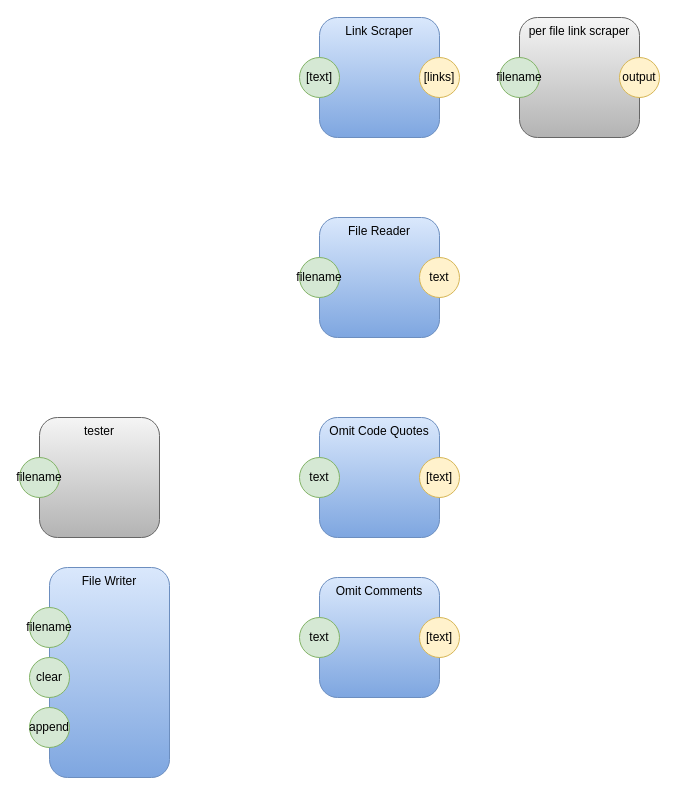
This is page "Page-1" (1 of 3) of pm-copy.drawio from guitarvydas/pypm, a draw.io file, before an edit. Source tidied: cells renumbered, new cells numbered last; positions are measured from the earlier drawing's top-left corner, leaving out a move shared by most shapes. Both pictures are drawn from the tidied source at 100%, with x=0, y=0 at pixel (19, 17).
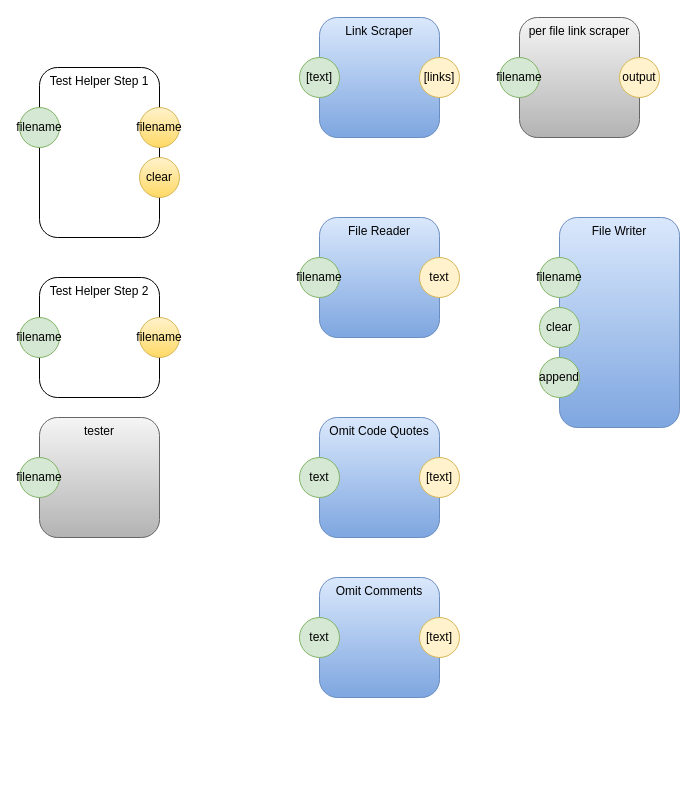
Above is the later version.

Diff of the diagram source:
```diff
@@
     <mxCell id="19" value="File Writer" style="rounded=1;whiteSpace=wrap;html=1;horizontal=1;verticalAlign=top;gradientColor=#7ea6e0;fillColor=#dae8fc;strokeColor=#6c8ebf;" parent="1" vertex="1">
-      <mxGeometry x="30" y="550" width="120" height="210" as="geometry" />
+      <mxGeometry x="540" y="200" width="120" height="210" as="geometry" />
     </mxCell>
     <mxCell id="20" value="filename" style="ellipse;whiteSpace=wrap;html=1;fillColor=#d5e8d4;strokeColor=#82b366;" parent="1" vertex="1">
-      <mxGeometry x="10" y="590" width="40" height="40" as="geometry" />
+      <mxGeometry x="520" y="240" width="40" height="40" as="geometry" />
     </mxCell>
     <mxCell id="21" value="clear" style="ellipse;whiteSpace=wrap;html=1;fillColor=#d5e8d4;strokeColor=#82b366;" parent="1" vertex="1">
-      <mxGeometry x="10" y="640" width="40" height="40" as="geometry" />
+      <mxGeometry x="520" y="290" width="40" height="40" as="geometry" />
     </mxCell>
     <mxCell id="22" value="append" style="ellipse;whiteSpace=wrap;html=1;fillColor=#d5e8d4;strokeColor=#82b366;" parent="1" vertex="1">
-      <mxGeometry x="10" y="690" width="40" height="40" as="geometry" />
+      <mxGeometry x="520" y="340" width="40" height="40" as="geometry" />
     </mxCell>
+    <mxCell id="23" value="Test Helper Step 1" style="rounded=1;whiteSpace=wrap;html=1;horizontal=1;verticalAlign=top;" parent="1" vertex="1">
+      <mxGeometry x="20" y="50" width="120" height="170" as="geometry" />
+    </mxCell>
+    <mxCell id="24" value="filename" style="ellipse;whiteSpace=wrap;html=1;fillColor=#d5e8d4;strokeColor=#82b366;" parent="1" vertex="1">
+      <mxGeometry y="90" width="40" height="40" as="geometry" />
+    </mxCell>
+    <mxCell id="25" value="clear" style="ellipse;whiteSpace=wrap;html=1;fillColor=#fff2cc;strokeColor=#d6b656;gradientColor=#ffd966;" parent="1" vertex="1">
+      <mxGeometry x="120" y="140" width="40" height="40" as="geometry" />
+    </mxCell>
+    <mxCell id="26" value="filename" style="ellipse;whiteSpace=wrap;html=1;fillColor=#fff2cc;strokeColor=#d6b656;gradientColor=#ffd966;" parent="1" vertex="1">
+      <mxGeometry x="120" y="90" width="40" height="40" as="geometry" />
+    </mxCell>
+    <mxCell id="27" value="Test Helper Step 2" style="rounded=1;whiteSpace=wrap;html=1;horizontal=1;verticalAlign=top;" parent="1" vertex="1">
+      <mxGeometry x="20" y="260" width="120" height="120" as="geometry" />
+    </mxCell>
+    <mxCell id="28" value="filename" style="ellipse;whiteSpace=wrap;html=1;fillColor=#d5e8d4;strokeColor=#82b366;" parent="1" vertex="1">
+      <mxGeometry y="300" width="40" height="40" as="geometry" />
+    </mxCell>
+    <mxCell id="29" value="filename" style="ellipse;whiteSpace=wrap;html=1;fillColor=#fff2cc;strokeColor=#d6b656;gradientColor=#ffd966;" parent="1" vertex="1">
+      <mxGeometry x="120" y="300" width="40" height="40" as="geometry" />
+    </mxCell>
```
